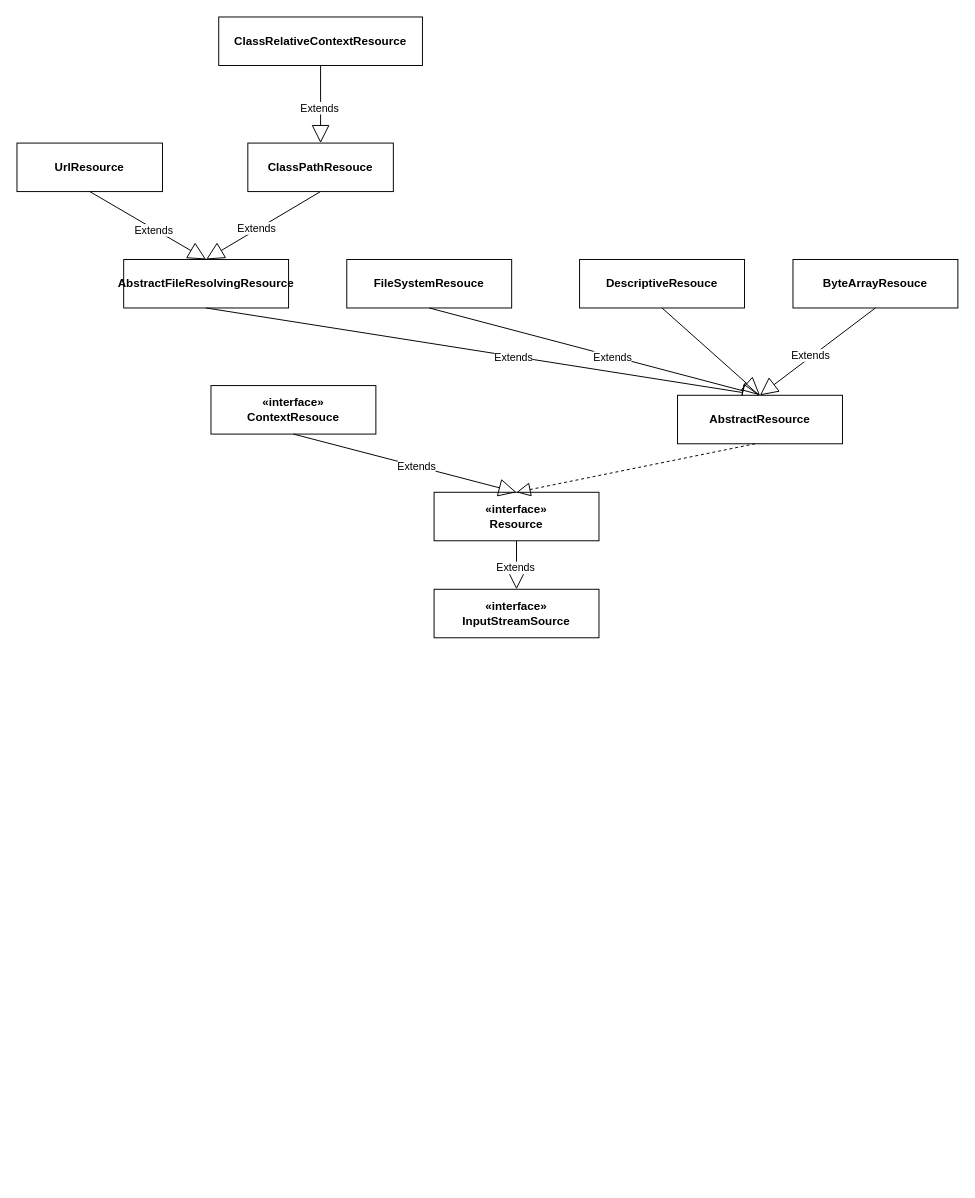
Jmugh/java keeps this draw.io diagram as spring源码/spring源码深度解析/spring类图绘制.drawio. Above is the earlier version. Source tidied: cells renumbered, new cells numbered last; positions are measured from the earlier drawing's top-left corner, leaving out a move shared by most shapes. Both pictures are drawn from the tidied source at 97%, with x=0, y=0 at pixel (16, 16).
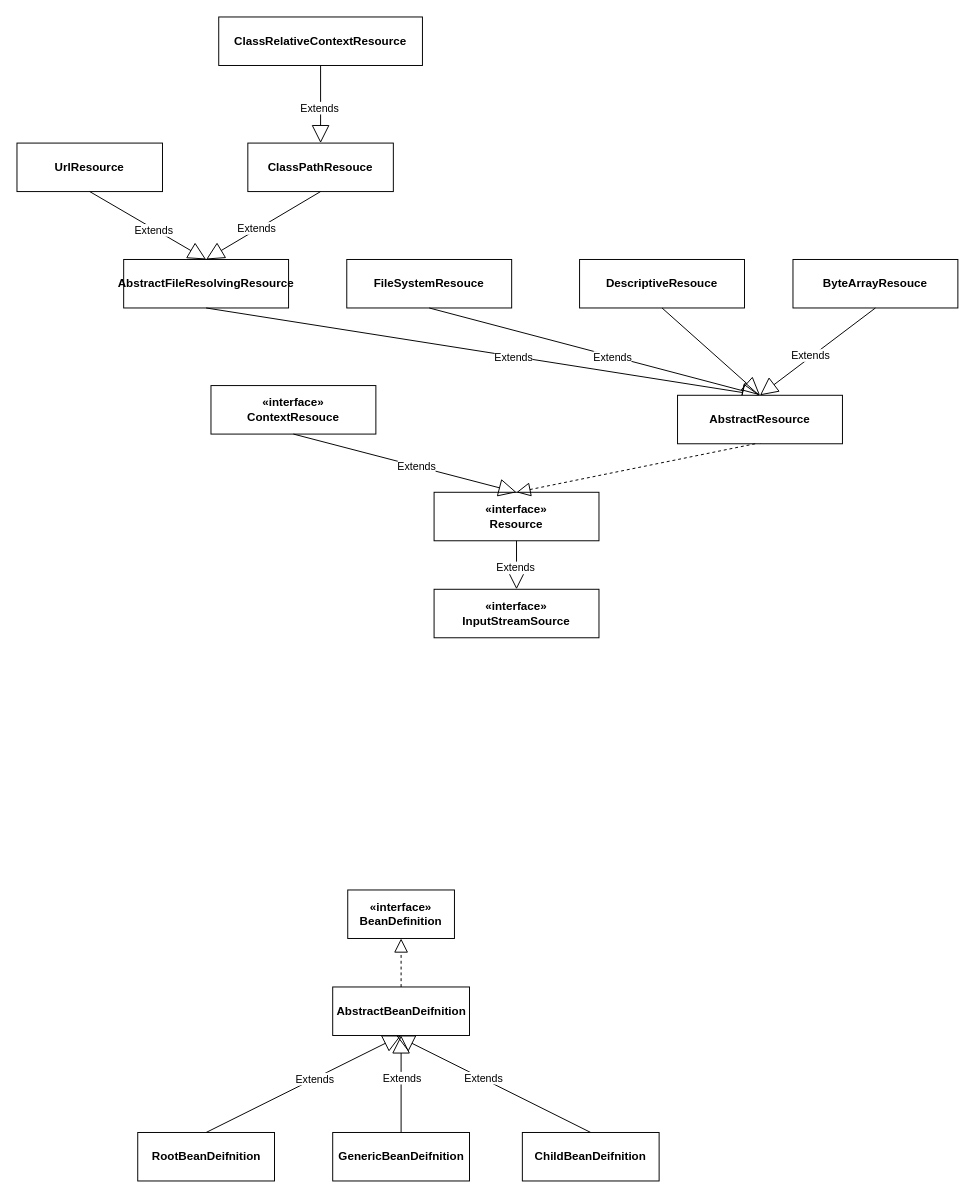
Above is the later version.

What changed in the source:
```diff
@@
+    <mxCell id="24" value="&lt;b&gt;AbstractBeanDeifnition&lt;/b&gt;" style="html=1;whiteSpace=wrap;" parent="1" vertex="1">
+      <mxGeometry x="325.5" y="1000" width="141" height="50" as="geometry" />
+    </mxCell>
+    <mxCell id="25" value="&lt;b&gt;«interface»&lt;br&gt;BeanDefinition&lt;/b&gt;" style="html=1;whiteSpace=wrap;" parent="1" vertex="1">
+      <mxGeometry x="341" y="900" width="110" height="50" as="geometry" />
+    </mxCell>
+    <mxCell id="26" value="&lt;b&gt;RootBeanDeifnition&lt;/b&gt;" style="html=1;whiteSpace=wrap;" parent="1" vertex="1">
+      <mxGeometry x="124.5" y="1150" width="141" height="50" as="geometry" />
+    </mxCell>
+    <mxCell id="27" value="&lt;b&gt;GenericBeanDeifnition&lt;/b&gt;" style="html=1;whiteSpace=wrap;" parent="1" vertex="1">
+      <mxGeometry x="325.5" y="1150" width="141" height="50" as="geometry" />
+    </mxCell>
+    <mxCell id="28" value="&lt;b&gt;ChildBeanDeifnition&lt;/b&gt;" style="html=1;whiteSpace=wrap;" parent="1" vertex="1">
+      <mxGeometry x="521" y="1150" width="141" height="50" as="geometry" />
+    </mxCell>
+    <mxCell id="29" value="Extends" style="endArrow=block;endSize=16;endFill=0;html=1;rounded=0;exitX=0.5;exitY=0;exitDx=0;exitDy=0;entryX=0.5;entryY=1;entryDx=0;entryDy=0;" parent="1" edge="1" source="26" target="24">
+      <mxGeometry x="0.11" y="-1" relative="1" as="geometry" />
+    </mxCell>
+    <mxCell id="30" value="Extends" style="endArrow=block;endSize=16;endFill=0;html=1;rounded=0;exitX=0.5;exitY=0;exitDx=0;exitDy=0;" parent="1" edge="1" source="27">
+      <mxGeometry x="0.11" y="-1" relative="1" as="geometry">
+        <mxPoint x="396" y="1050" as="targetPoint" />
+      </mxGeometry>
+    </mxCell>
+    <mxCell id="31" value="Extends" style="endArrow=block;endSize=16;endFill=0;html=1;rounded=0;exitX=0.5;exitY=0;exitDx=0;exitDy=0;" parent="1" edge="1" source="28">
+      <mxGeometry x="0.11" y="-1" relative="1" as="geometry">
+        <mxPoint x="391" y="1050" as="targetPoint" />
+      </mxGeometry>
+    </mxCell>
+    <mxCell id="32" style="endArrow=block;dashed=1;endFill=0;endSize=12;html=1;rounded=0;entryX=0.5;entryY=1;entryDx=0;entryDy=0;" parent="1" edge="1" source="24" target="25">
+      <mxGeometry relative="1" as="geometry" />
+    </mxCell>
```
